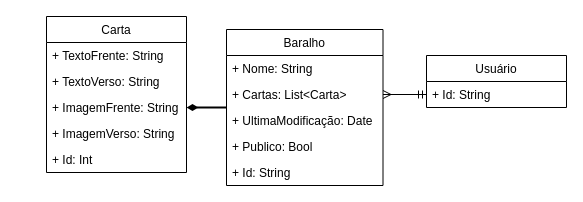
The draw.io diagram server/diagramas/diagrama_de_classes.drawio in hericles-koelher/memento_studio, before the edit. Source tidied: cells renumbered, new cells numbered last; positions are measured from the earlier drawing's top-left corner, leaving out a move shared by most shapes. Both pictures are drawn from the tidied source at 100%, with x=0, y=0 at pixel (46, 16).
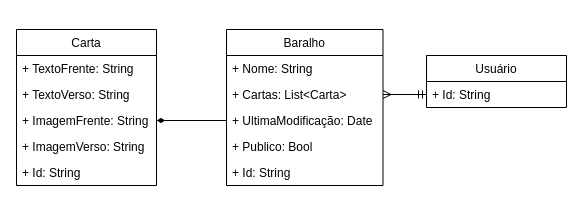
After the change.

Change to the diagram source:
```diff
@@
 <mxGraphModel>
   <root>
     <mxCell id="0" />
     <mxCell id="1" parent="0" />
     <mxCell id="2" value="Carta" style="swimlane;fontStyle=0;horizontal=1;startSize=26;fillColor=none;" parent="1" vertex="1">
-      <mxGeometry width="140" height="156" as="geometry" />
+      <mxGeometry x="-30" y="13" width="140" height="156" as="geometry" />
     </mxCell>
     <mxCell id="3" value="+ TextoFrente: String" style="text;strokeColor=none;fillColor=none;align=left;verticalAlign=top;spacingLeft=4;spacingRight=4;overflow=hidden;" parent="2" vertex="1">
       <mxGeometry y="26" width="140" height="26" as="geometry" />
     </mxCell>
     <mxCell id="4" value="+ TextoVerso: String" style="text;strokeColor=none;fillColor=none;align=left;verticalAlign=top;spacingLeft=4;spacingRight=4;overflow=hidden;" parent="2" vertex="1">
       <mxGeometry y="52" width="140" height="26" as="geometry" />
     </mxCell>
     <mxCell id="5" value="+ ImagemFrente: String" style="text;strokeColor=none;fillColor=none;align=left;verticalAlign=top;spacingLeft=4;spacingRight=4;overflow=hidden;points=[[0,0.5],[1,0.5]];portConstraint=eastwest;" parent="2" vertex="1">
       <mxGeometry y="78" width="140" height="26" as="geometry" />
     </mxCell>
     <mxCell id="6" value="+ ImagemVerso: String" style="text;strokeColor=none;fillColor=none;align=left;verticalAlign=top;spacingLeft=4;spacingRight=4;overflow=hidden;" parent="2" vertex="1">
       <mxGeometry y="104" width="140" height="26" as="geometry" />
     </mxCell>
-    <mxCell id="7" value="+ Id: Int" style="text;strokeColor=none;fillColor=none;align=left;verticalAlign=top;spacingLeft=4;spacingRight=4;overflow=hidden;" parent="2" vertex="1">
+    <mxCell id="7" value="+ Id: String" style="text;strokeColor=none;fillColor=none;align=left;verticalAlign=top;spacingLeft=4;spacingRight=4;overflow=hidden;" parent="2" vertex="1">
       <mxGeometry y="130" width="140" height="26" as="geometry" />
     </mxCell>
-    <mxCell id="8" style="edgeStyle=orthogonalEdgeStyle;rounded=0;jettySize=auto;html=1;entryX=1;entryY=0.5;entryDx=0;entryDy=0;endArrow=diamondThin;endFill=1;strokeWidth=2;" parent="1" edge="1" source="9" target="5">
-      <mxGeometry relative="1" as="geometry" />
-    </mxCell>
     <mxCell id="9" value="Baralho" style="swimlane;fontStyle=0;horizontal=1;startSize=26;fillColor=none;" parent="1" vertex="1">
       <mxGeometry x="180" y="13" width="156.5" height="156" as="geometry" />
     </mxCell>
     <mxCell id="10" value="+ Nome: String" style="text;strokeColor=none;fillColor=none;align=left;verticalAlign=top;spacingLeft=4;spacingRight=4;overflow=hidden;" parent="9" vertex="1">
       <mxGeometry y="26" width="156.5" height="26" as="geometry" />
     </mxCell>
     <mxCell id="11" value="+ Cartas: List&lt;Carta&gt;" style="text;strokeColor=none;fillColor=none;align=left;verticalAlign=top;spacingLeft=4;spacingRight=4;overflow=hidden;points=[[0,0.5],[1,0.5]];portConstraint=eastwest;" parent="9" vertex="1">
       <mxGeometry y="52" width="156.5" height="26" as="geometry" />
     </mxCell>
     <mxCell id="12" value="+ UltimaModificação: Date" style="text;strokeColor=none;fillColor=none;align=left;verticalAlign=top;spacingLeft=4;spacingRight=4;overflow=hidden;points=[[0,0.5],[1,0.5]];portConstraint=eastwest;" parent="9" vertex="1">
       <mxGeometry y="78" width="156.5" height="26" as="geometry" />
     </mxCell>
     <mxCell id="13" value="+ Publico: Bool" style="text;strokeColor=none;fillColor=none;align=left;verticalAlign=top;spacingLeft=4;spacingRight=4;overflow=hidden;" parent="9" vertex="1">
       <mxGeometry y="104" width="156.5" height="26" as="geometry" />
     </mxCell>
     <mxCell id="14" value="+ Id: String" style="text;strokeColor=none;fillColor=none;align=left;verticalAlign=top;spacingLeft=4;spacingRight=4;overflow=hidden;" parent="9" vertex="1">
       <mxGeometry y="130" width="156.5" height="26" as="geometry" />
     </mxCell>
     <mxCell id="15" value="Usuário" style="swimlane;fontStyle=0;horizontal=1;startSize=26;fillColor=none;" parent="1" vertex="1">
       <mxGeometry x="380" y="39" width="140" height="52" as="geometry" />
     </mxCell>
     <mxCell id="16" value="+ Id: String" style="text;strokeColor=none;fillColor=none;align=left;verticalAlign=top;spacingLeft=4;spacingRight=4;overflow=hidden;points=[[0,0.5],[1,0.5]];portConstraint=eastwest;" parent="15" vertex="1">
       <mxGeometry y="26" width="140" height="26" as="geometry" />
     </mxCell>
     <mxCell id="17" style="edgeStyle=orthogonalEdgeStyle;rounded=0;jettySize=auto;html=1;entryX=1;entryY=0.5;entryDx=0;entryDy=0;endArrow=ERmany;endFill=0;strokeWidth=1;startArrow=ERmandOne;startFill=0;exitX=0;exitY=0.5;exitDx=0;exitDy=0;" parent="1" edge="1" source="16" target="11">
       <mxGeometry relative="1" as="geometry" />
     </mxCell>
+    <mxCell id="18" style="edgeStyle=orthogonalEdgeStyle;rounded=0;jettySize=auto;html=1;entryX=1;entryY=0.5;entryDx=0;entryDy=0;endArrow=diamondThin;endFill=1;" parent="1" edge="1" source="12" target="5">
+      <mxGeometry relative="1" as="geometry" />
+    </mxCell>
   </root>
 </mxGraphModel>
```
